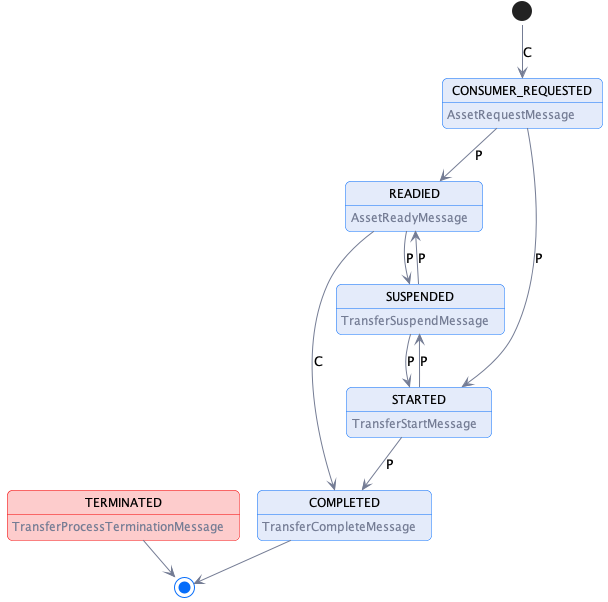
Earlier version of the PlantUML export specifications/transfer/transfer.process.state.machine.png (Metaform/edc-protocols).
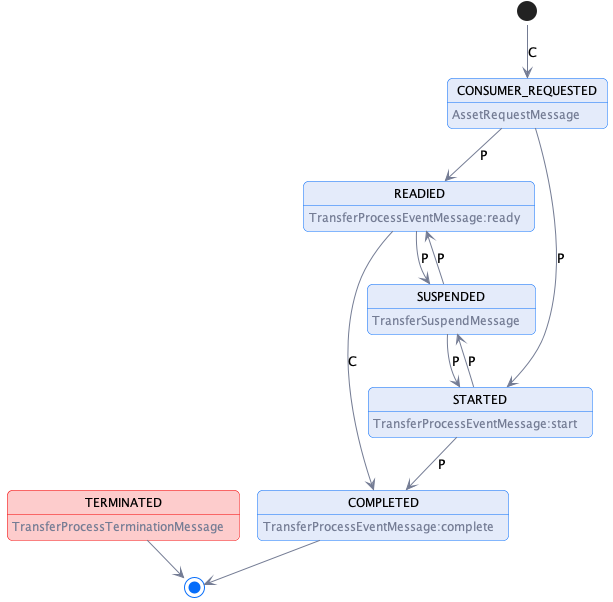
After the change.

The edit, as a diff of the source:
```diff
@@ -6,9 +6,9 @@
 hide empty description
 
 state CONSUMER_REQUESTED: <color:$darkGray>AssetRequestMessage
-state READIED: <color:$darkGray>AssetReadyMessage
-state STARTED: <color:$darkGray>TransferStartMessage
-state COMPLETED: <color:$darkGray>TransferCompleteMessage
+state READIED: <color:$darkGray>TransferProcessEventMessage:ready
+state STARTED: <color:$darkGray>TransferProcessEventMessage:start
+state COMPLETED: <color:$darkGray>TransferProcessEventMessage:complete
 state SUSPENDED: <color:$darkGray>TransferSuspendMessage
 
 state TERMINATED $lightRed #$borderRed : <color:$darkGray>TransferProcessTerminationMessage
```
